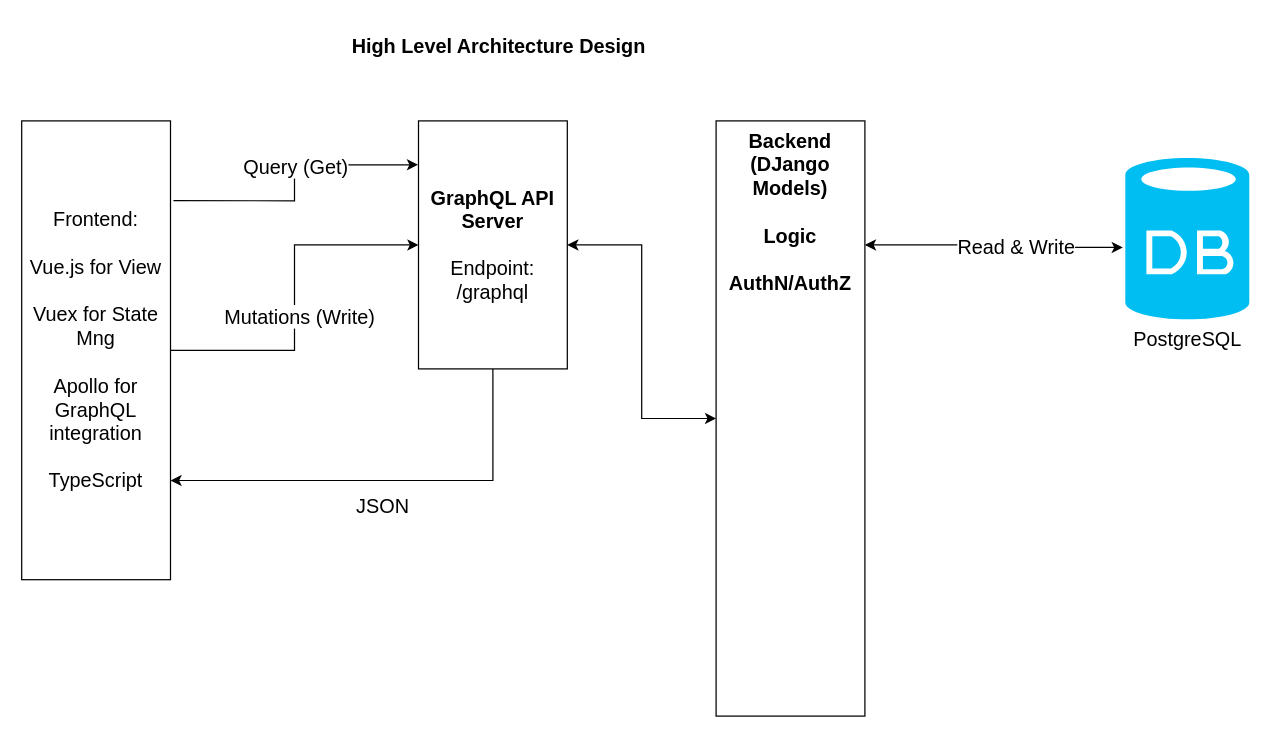
This is docs/architecture/arch/HighLevelArch.drawio from dmpe/django-wohn, a draw.io file, before an edit. Source tidied: cells renumbered, new cells numbered last; positions are measured from the earlier drawing's top-left corner, leaving out a move shared by most shapes. Both pictures are drawn from the tidied source at 124%, with x=0, y=0 at pixel (21, 21).
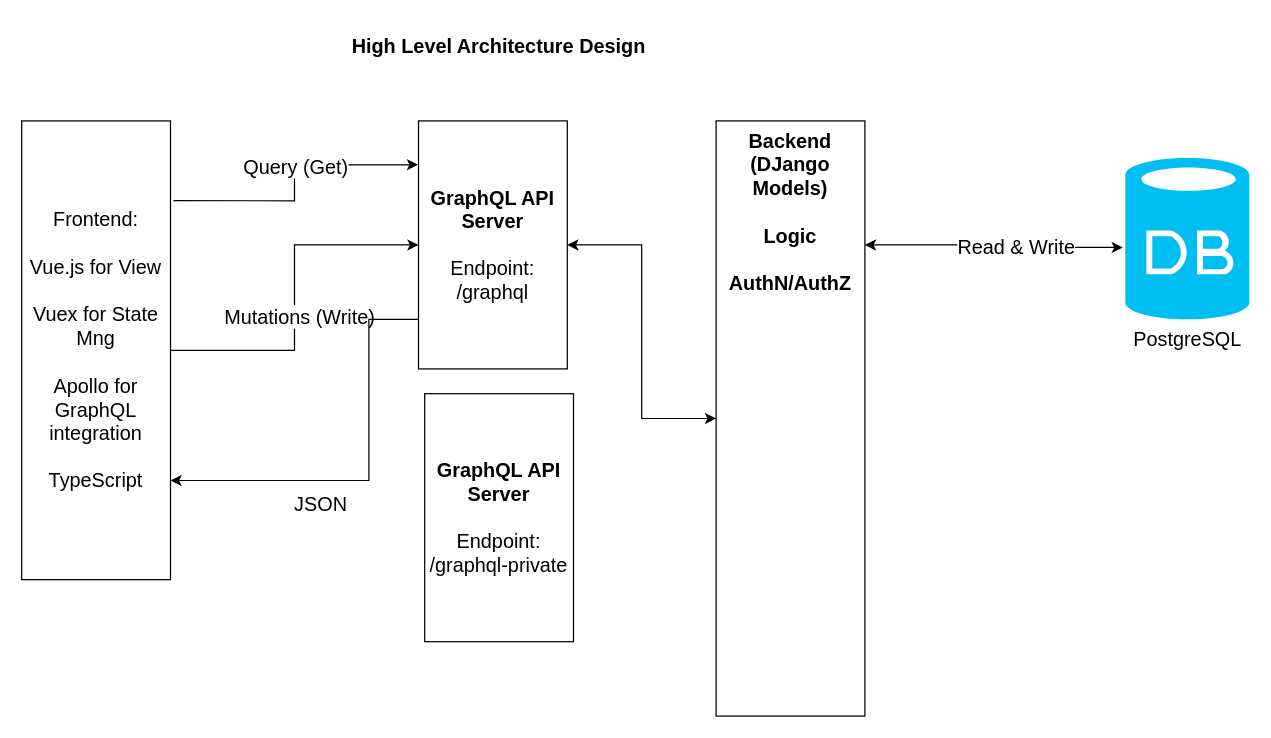
After the change.

The change refers to these unchanged cells:
```xml
<mxCell id="7" value="&lt;div&gt;Frontend:&lt;/div&gt;&lt;div&gt;&lt;br&gt;&lt;/div&gt;&lt;div&gt;Vue.js for View&lt;/div&gt;&lt;div&gt;&lt;br&gt;&lt;/div&gt;&lt;div&gt;Vuex for State Mng&lt;/div&gt;&lt;div&gt;&lt;br&gt;&lt;/div&gt;&lt;div&gt;Apollo for GraphQL integration&lt;br&gt;&lt;/div&gt;&lt;div&gt;&lt;br&gt;&lt;/div&gt;&lt;div&gt; TypeScript&lt;/div&gt;" style="rounded=0;whiteSpace=wrap;html=1;fontSize=16;" parent="1" vertex="1">
  <mxGeometry y="80" width="120" height="370" as="geometry" />
</mxCell>
<mxCell id="10" value="&lt;div&gt;&lt;b&gt;GraphQL API Server&lt;/b&gt;&lt;/div&gt;&lt;div&gt;&lt;br&gt;&lt;/div&gt;&lt;div&gt;Endpoint: /graphql&lt;br&gt;&lt;/div&gt;" style="rounded=0;whiteSpace=wrap;html=1;fontSize=16;" parent="1" vertex="1">
  <mxGeometry x="320" y="80" width="120" height="200" as="geometry" />
</mxCell>
```

Diff of the diagram source:
```diff
@@
     <mxCell id="8" style="edgeStyle=orthogonalEdgeStyle;rounded=0;jettySize=auto;html=1;fontSize=16;" parent="1" edge="1" source="10" target="7">
       <mxGeometry relative="1" as="geometry">
         <Array as="points">
-          <mxPoint x="380" y="370" />
+          <mxPoint x="280" y="240" />
+          <mxPoint x="280" y="370" />
         </Array>
       </mxGeometry>
     </mxCell>
     <mxCell id="9" value="JSON" style="text;html=1;align=center;verticalAlign=middle;labelBackgroundColor=#ffffff;fontSize=16;" parent="8" vertex="1">
       <mxGeometry x="-0.25" y="-1" relative="1" as="geometry">
-        <mxPoint x="-49" y="21" as="offset" />
+        <mxPoint x="-39" y="64" as="offset" />
       </mxGeometry>
     </mxCell>
@@
+    <mxCell id="16" value="&lt;div&gt;&lt;b&gt;GraphQL API Server&lt;/b&gt;&lt;/div&gt;&lt;div&gt;&lt;br&gt;&lt;/div&gt;&lt;div&gt;Endpoint: /graphql-private&lt;br&gt;&lt;/div&gt;" style="rounded=0;whiteSpace=wrap;html=1;fontSize=16;" parent="1" vertex="1">
+      <mxGeometry x="325" y="300" width="120" height="200" as="geometry" />
+    </mxCell>
```
